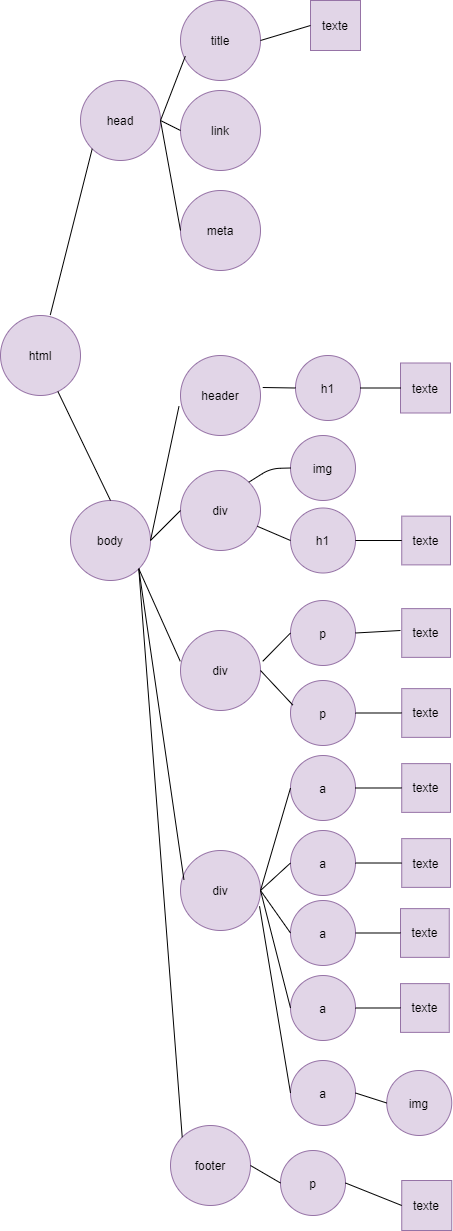
Halaiksse/TP01 keeps this draw.io diagram as images/DOM.png. Above is the earlier version. Source tidied: cells renumbered, new cells last; positions are measured from the earlier drawing's top-left corner, leaving out a move shared by most shapes.
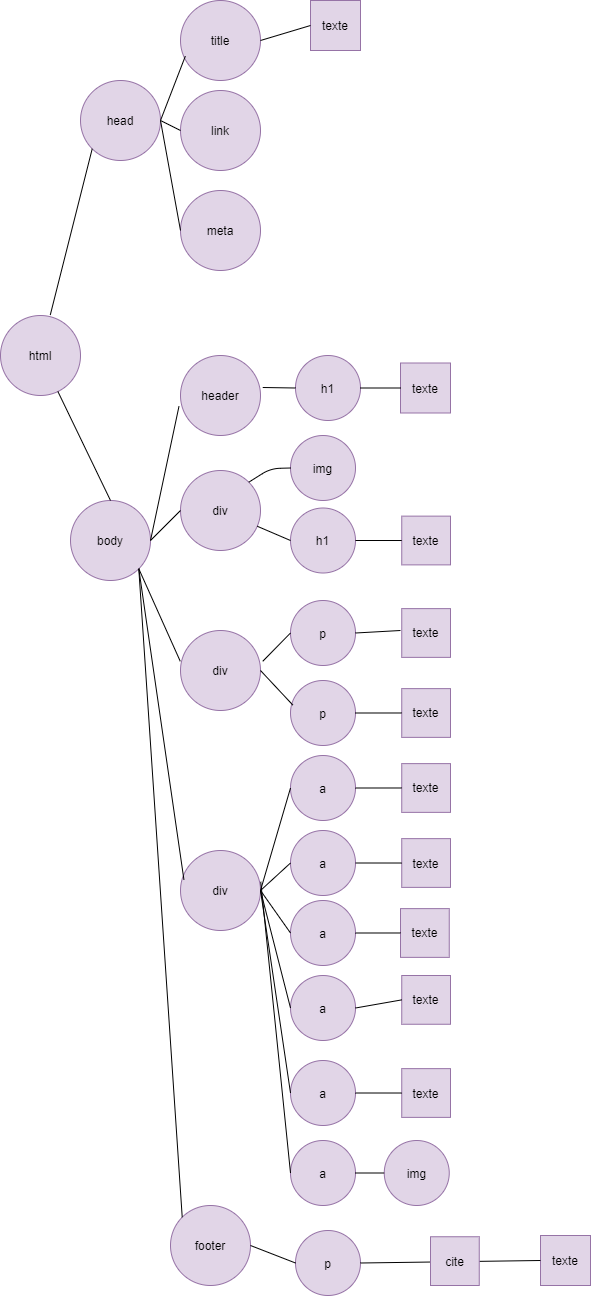
The same diagram one commit later.

Change to the diagram source:
```diff
@@ -33,13 +33,13 @@
       <mxGeometry x="400" y="362.5" width="50" height="50" as="geometry" />
     </mxCell>
     <mxCell id="12" value="footer" style="ellipse;whiteSpace=wrap;html=1;fillColor=#e1d5e7;strokeColor=#9673a6;" parent="1" vertex="1">
-      <mxGeometry x="170" y="1125" width="80" height="80" as="geometry" />
+      <mxGeometry x="170" y="1205" width="80" height="80" as="geometry" />
     </mxCell>
     <mxCell id="13" value="p" style="ellipse;whiteSpace=wrap;html=1;fillColor=#e1d5e7;strokeColor=#9673a6;" parent="1" vertex="1">
-      <mxGeometry x="280" y="1150" width="65" height="65" as="geometry" />
+      <mxGeometry x="295" y="1230" width="65" height="65" as="geometry" />
     </mxCell>
     <mxCell id="14" value="texte" style="whiteSpace=wrap;html=1;fillColor=#e1d5e7;strokeColor=#9673a6;" parent="1" vertex="1">
-      <mxGeometry x="401.2" y="1180" width="50" height="50" as="geometry" />
+      <mxGeometry x="540" y="1235" width="50" height="50" as="geometry" />
     </mxCell>
     <mxCell id="15" value="div" style="ellipse;whiteSpace=wrap;html=1;fillColor=#e1d5e7;strokeColor=#9673a6;" parent="1" vertex="1">
       <mxGeometry x="180" y="470" width="80" height="80" as="geometry" />
@@ -93,7 +93,7 @@
       <mxGeometry x="400" y="908.1" width="48.8" height="48.8" as="geometry" />
     </mxCell>
     <mxCell id="32" value="texte" style="whiteSpace=wrap;html=1;fillColor=#e1d5e7;strokeColor=#9673a6;" parent="1" vertex="1">
-      <mxGeometry x="400" y="983.1" width="48.8" height="48.8" as="geometry" />
+      <mxGeometry x="401.2" y="975" width="48.8" height="48.8" as="geometry" />
     </mxCell>
     <mxCell id="33" style="endArrow=none;html=1;exitX=0.06;exitY=0.697;exitDx=0;exitDy=0;exitPerimeter=0;" parent="1" edge="1" source="5">
       <mxGeometry relative="1" as="geometry">
@@ -196,14 +196,29 @@
     <mxCell id="63" value="a" style="ellipse;whiteSpace=wrap;html=1;fillColor=#e1d5e7;strokeColor=#9673a6;" parent="1" vertex="1">
       <mxGeometry x="290" y="1060" width="65" height="65" as="geometry" />
     </mxCell>
+    <mxCell id="67" value="texte" style="whiteSpace=wrap;html=1;fillColor=#e1d5e7;strokeColor=#9673a6;" parent="1" vertex="1">
+      <mxGeometry x="401.2" y="1068.1" width="48.8" height="48.8" as="geometry" />
+    </mxCell>
+    <mxCell id="65" style="endArrow=none;html=1;entryX=1;entryY=0.5;entryDx=0;entryDy=0;exitX=0;exitY=0.5;exitDx=0;exitDy=0;" parent="1" edge="1" source="63" target="17">
+      <mxGeometry relative="1" as="geometry" />
+    </mxCell>
+    <mxCell id="68" style="endArrow=none;html=1;exitX=1;exitY=0.5;exitDx=0;exitDy=0;entryX=0;entryY=0.5;entryDx=0;entryDy=0;" parent="1" edge="1" source="63" target="67">
+      <mxGeometry relative="1" as="geometry" />
+    </mxCell>
+    <mxCell id="69" value="a" style="ellipse;whiteSpace=wrap;html=1;fillColor=#e1d5e7;strokeColor=#9673a6;" parent="1" vertex="1">
+      <mxGeometry x="290" y="1140" width="65" height="65" as="geometry" />
+    </mxCell>
-    <mxCell id="64" value="img&lt;br&gt;" style="ellipse;whiteSpace=wrap;html=1;fillColor=#e1d5e7;strokeColor=#9673a6;" parent="1" vertex="1">
-      <mxGeometry x="386.2" y="1070" width="65" height="65" as="geometry" />
+    <mxCell id="64" value="img" style="ellipse;whiteSpace=wrap;html=1;fillColor=#e1d5e7;strokeColor=#9673a6;" parent="1" vertex="1">
+      <mxGeometry x="383.8" y="1140" width="65" height="65" as="geometry" />
     </mxCell>
-    <mxCell id="65" style="endArrow=none;html=1;entryX=0.988;entryY=0.697;entryDx=0;entryDy=0;exitX=0;exitY=0.5;exitDx=0;exitDy=0;entryPerimeter=0;" parent="1" edge="1" source="63" target="17">
-      <mxGeometry relative="1" as="geometry" />
-    </mxCell>
-    <mxCell id="66" style="endArrow=none;html=1;exitX=1;exitY=0.5;exitDx=0;exitDy=0;entryX=0;entryY=0.5;entryDx=0;entryDy=0;" parent="1" edge="1" source="63" target="64">
-      <mxGeometry relative="1" as="geometry" />
-    </mxCell>
+    <mxCell id="70" style="endArrow=none;html=1;exitX=1;exitY=0.5;exitDx=0;exitDy=0;entryX=0;entryY=0.5;entryDx=0;entryDy=0;" parent="1" edge="1" source="69" target="64">
+      <mxGeometry relative="1" as="geometry" />
+    </mxCell>
+    <mxCell id="71" style="endArrow=none;html=1;exitX=1.003;exitY=0.391;exitDx=0;exitDy=0;entryX=0;entryY=0.5;entryDx=0;entryDy=0;exitPerimeter=0;" parent="1" edge="1" source="17" target="69">
+      <mxGeometry relative="1" as="geometry" />
+    </mxCell>
+    <mxCell id="72" value="cite" style="whiteSpace=wrap;html=1;fillColor=#e1d5e7;strokeColor=#9673a6;" parent="1" vertex="1">
+      <mxGeometry x="430" y="1236.2" width="48.8" height="48.8" as="geometry" />
+    </mxCell>
   </root>
 </mxGraphModel>
```
